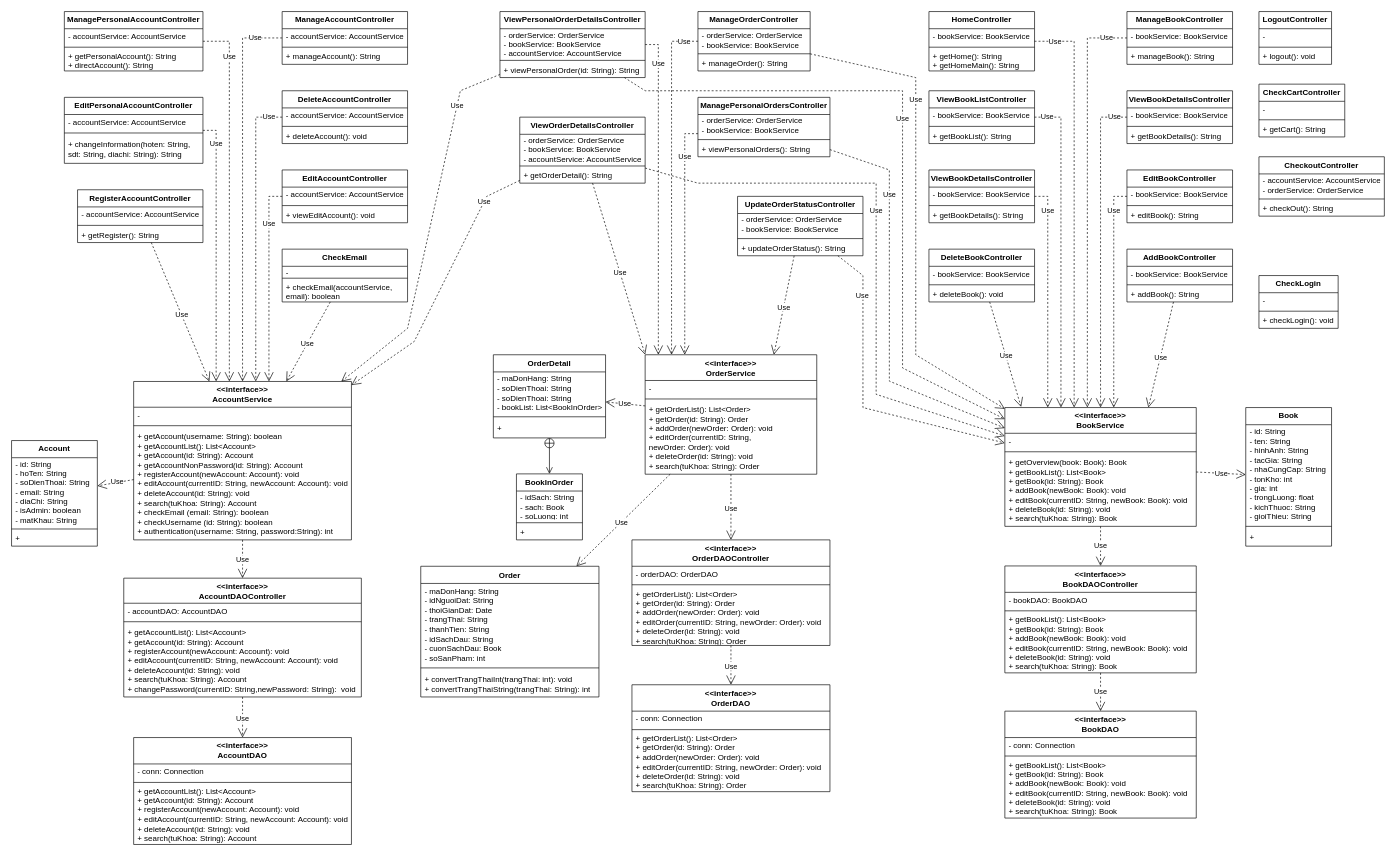
Earlier version of the draw.io diagram page "Class" (8 of 8) of debai_sodo/Diagram-TKVXDPM.drawio (ThinhPham03/bookstore). Source tidied: cells renumbered, new cells numbered last; positions are measured from the earlier drawing's top-left corner, leaving out a move shared by most shapes. Both pictures are drawn from the tidied source at 66%, with x=0, y=0 at pixel (11, 11).
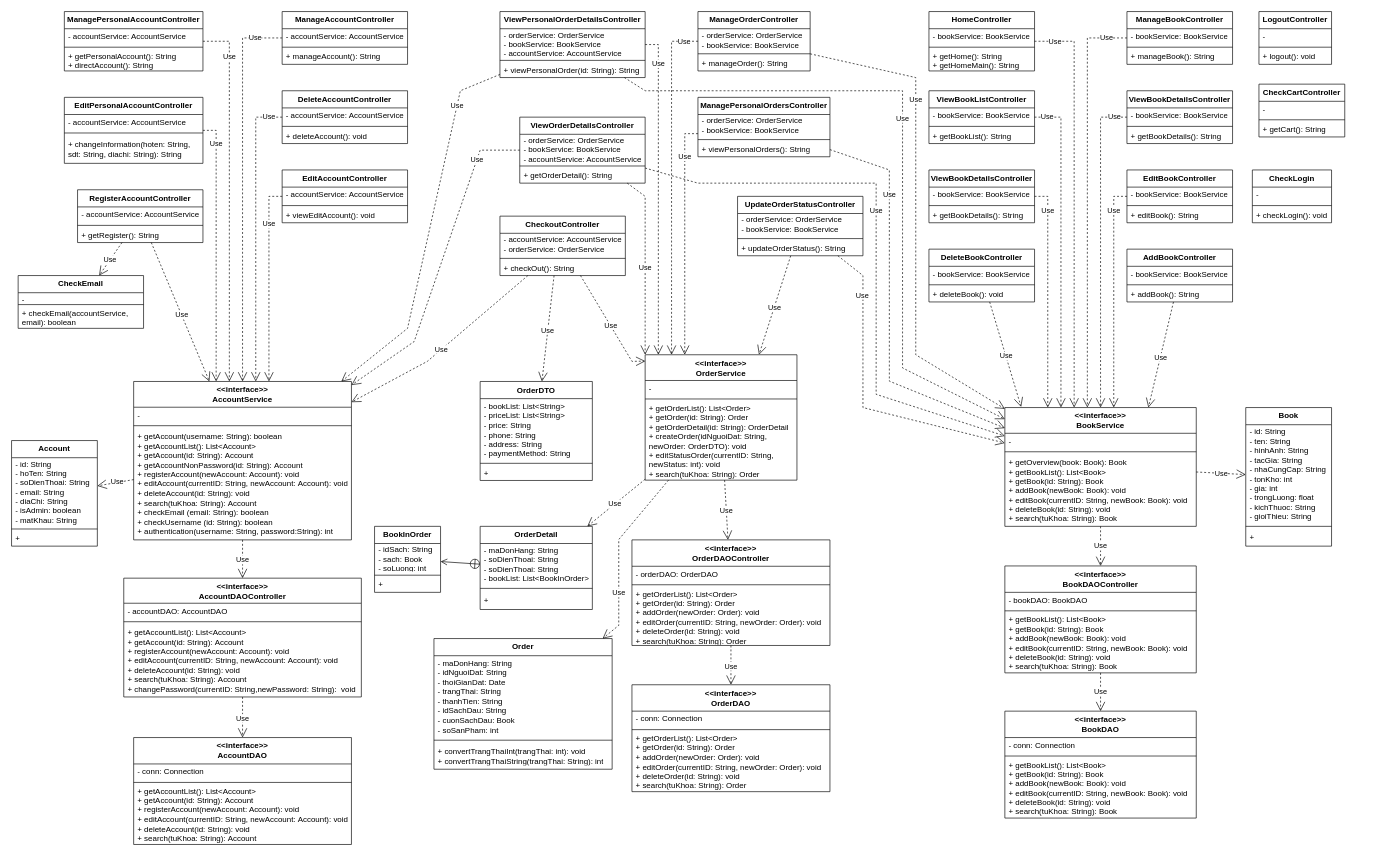
The same diagram, later.

Unchanged cells that the change refers to:
```xml
<mxCell id="30" value="&amp;lt;&amp;lt;interface&amp;gt;&amp;gt;&lt;br&gt;AccountService" style="swimlane;fontStyle=1;align=center;verticalAlign=middle;horizontal=1;startSize=39;whiteSpace=wrap;html=1;" parent="1" vertex="1">
  <mxGeometry x="185" y="560.5" width="330" height="240" as="geometry" />
</mxCell>
<mxCell id="61" value="RegisterAccountController" style="swimlane;fontStyle=1;align=center;verticalAlign=middle;horizontal=1;startSize=26;whiteSpace=wrap;html=1;" parent="1" vertex="1">
  <mxGeometry x="100" y="270" width="190" height="80" as="geometry" />
</mxCell>
<mxCell id="141" value="ViewOrderDetailsController" style="swimlane;fontStyle=1;align=center;verticalAlign=middle;horizontal=1;startSize=26;whiteSpace=wrap;html=1;" parent="1" vertex="1">
  <mxGeometry x="770" y="160" width="190" height="100" as="geometry" />
</mxCell>
```

The edit, as a diff of the source:
```diff
@@
     <mxCell id="10" value="Order" style="swimlane;fontStyle=1;align=center;verticalAlign=middle;horizontal=1;startSize=26;whiteSpace=wrap;html=1;" parent="1" vertex="1">
-      <mxGeometry x="620" y="840.5" width="270" height="198" as="geometry" />
+      <mxGeometry x="640" y="950" width="270" height="198" as="geometry" />
     </mxCell>
@@
     <mxCell id="26" value="&amp;lt;&amp;lt;interface&amp;gt;&amp;gt;&lt;br&gt;OrderService" style="swimlane;fontStyle=1;align=center;verticalAlign=middle;horizontal=1;startSize=39;whiteSpace=wrap;html=1;" parent="1" vertex="1">
-      <mxGeometry x="960" y="520" width="260" height="181" as="geometry" />
+      <mxGeometry x="960" y="520" width="230" height="190" as="geometry" />
     </mxCell>
     <mxCell id="27" value="-&amp;nbsp;" style="text;strokeColor=none;fillColor=none;align=left;verticalAlign=middle;spacingLeft=4;spacingRight=4;overflow=hidden;whiteSpace=wrap;html=1;" parent="26" vertex="1">
-      <mxGeometry y="39" width="260" height="24" as="geometry" />
+      <mxGeometry y="39" width="230" height="24" as="geometry" />
     </mxCell>
     <mxCell id="28" style="line;strokeWidth=1;fillColor=none;align=left;verticalAlign=middle;spacingTop=-1;spacingLeft=3;spacingRight=3;labelPosition=right;strokeColor=inherit;" parent="26" vertex="1">
-      <mxGeometry y="63" width="260" height="8" as="geometry" />
+      <mxGeometry y="63" width="230" height="8" as="geometry" />
     </mxCell>
-    <mxCell id="29" value="+ getOrderList(): List&amp;lt;Order&amp;gt;&lt;br style=&quot;border-color: var(--border-color);&quot;&gt;+ getOrder(id: String):&amp;nbsp;Order&lt;br style=&quot;border-color: var(--border-color);&quot;&gt;+ addOrder(newOrder:&amp;nbsp;Order): void&lt;br style=&quot;border-color: var(--border-color);&quot;&gt;+ editOrder(currentID: String, newOrder:&amp;nbsp;Order): void&lt;br style=&quot;border-color: var(--border-color);&quot;&gt;+ deleteOrder(id: String): void&lt;br style=&quot;border-color: var(--border-color);&quot;&gt;+ search(tuKhoa: String):&amp;nbsp;Order" style="text;strokeColor=none;fillColor=none;align=left;verticalAlign=middle;spacingLeft=4;spacingRight=4;overflow=hidden;whiteSpace=wrap;html=1;" parent="26" vertex="1">
-      <mxGeometry y="71" width="260" height="110" as="geometry" />
+    <mxCell id="29" value="+ getOrderList(): List&amp;lt;Order&amp;gt;&lt;br style=&quot;border-color: var(--border-color);&quot;&gt;+ getOrder(id: String):&amp;nbsp;Order&lt;br&gt;+&amp;nbsp;getOrderDetail&lt;span style=&quot;background-color: initial;&quot;&gt;(id: String):&amp;nbsp;&lt;/span&gt;OrderDetail&lt;br&gt;+ createOrder(idNguoiDat: String, newOrder: OrderDTO): void&lt;br style=&quot;border-color: var(--border-color);&quot;&gt;+&amp;nbsp;editStatusOrder&lt;span style=&quot;background-color: initial;&quot;&gt;(currentID: String, newStatus: int): void&lt;/span&gt;&lt;br&gt;+ search(tuKhoa: String):&amp;nbsp;Order" style="text;strokeColor=none;fillColor=none;align=left;verticalAlign=middle;spacingLeft=4;spacingRight=4;overflow=hidden;whiteSpace=wrap;html=1;" parent="26" vertex="1">
+      <mxGeometry y="71" width="230" height="119" as="geometry" />
     </mxCell>
@@
     <mxCell id="35" value="Use" style="endArrow=open;endSize=12;dashed=1;html=1;rounded=0;verticalAlign=middle;" parent="1" edge="1" source="26" target="10">
-      <mxGeometry x="0.04" relative="1" as="geometry" />
+      <mxGeometry x="0.42" relative="1" as="geometry">
+        <Array as="points">
+          <mxPoint x="920" y="800" />
+          <mxPoint x="920" y="930" />
+        </Array>
+      </mxGeometry>
     </mxCell>
@@
     <mxCell id="65" value="CheckEmail" style="swimlane;fontStyle=1;align=center;verticalAlign=middle;horizontal=1;startSize=26;whiteSpace=wrap;html=1;" parent="1" vertex="1">
-      <mxGeometry x="410" y="360" width="190" height="80" as="geometry" />
+      <mxGeometry x="10" y="400" width="190" height="80" as="geometry" />
     </mxCell>
@@
     <mxCell id="73" value="CheckLogin" style="swimlane;fontStyle=1;align=center;verticalAlign=middle;horizontal=1;startSize=26;whiteSpace=wrap;html=1;" parent="1" vertex="1">
-      <mxGeometry x="1890" y="400" width="120" height="80" as="geometry" />
+      <mxGeometry x="1880" y="240" width="120" height="80" as="geometry" />
     </mxCell>
@@
     <mxCell id="77" value="CheckoutController" style="swimlane;fontStyle=1;align=center;verticalAlign=middle;horizontal=1;startSize=26;whiteSpace=wrap;html=1;" parent="1" vertex="1">
-      <mxGeometry x="1890" y="220" width="190" height="90" as="geometry" />
+      <mxGeometry x="740" y="310" width="190" height="90" as="geometry" />
     </mxCell>
@@
     <mxCell id="149" value="OrderDetail" style="swimlane;fontStyle=1;align=center;verticalAlign=middle;horizontal=1;startSize=26;whiteSpace=wrap;html=1;" parent="1" vertex="1">
-      <mxGeometry x="730" y="520" width="170" height="126" as="geometry" />
+      <mxGeometry x="710" y="780" width="170" height="126" as="geometry" />
     </mxCell>
@@
     <mxCell id="154" value="BookInOrder" style="swimlane;fontStyle=1;align=center;verticalAlign=middle;horizontal=1;startSize=26;whiteSpace=wrap;html=1;" parent="1" vertex="1">
-      <mxGeometry x="765" y="700.5" width="100" height="100" as="geometry" />
+      <mxGeometry x="550" y="780" width="100" height="100" as="geometry" />
     </mxCell>
@@
-    <mxCell id="171" value="Use" style="endArrow=open;endSize=12;dashed=1;html=1;rounded=0;verticalAlign=middle;" parent="1" edge="1" source="65" target="30">
+    <mxCell id="171" value="Use" style="endArrow=open;endSize=12;dashed=1;html=1;rounded=0;verticalAlign=middle;" parent="1" edge="1" source="61" target="65">
       <mxGeometry x="0.04" relative="1" as="geometry" />
     </mxCell>
@@
     <mxCell id="175" value="Use" style="endArrow=open;endSize=12;dashed=1;html=1;rounded=0;verticalAlign=middle;entryX=0;entryY=0;entryDx=0;entryDy=0;" parent="1" edge="1" source="141" target="26">
-      <mxGeometry x="0.04" relative="1" as="geometry" />
+      <mxGeometry x="0.04" relative="1" as="geometry">
+        <Array as="points">
+          <mxPoint x="960" y="280" />
+        </Array>
+      </mxGeometry>
     </mxCell>
@@
     <mxCell id="178" value="Use" style="endArrow=open;endSize=12;dashed=1;html=1;rounded=0;verticalAlign=middle;" parent="1" edge="1" source="141" target="30">
       <mxGeometry x="-0.69" relative="1" as="geometry">
         <Array as="points">
-          <mxPoint x="720" y="280" />
+          <mxPoint x="710" y="210" />
           <mxPoint x="610" y="500" />
         </Array>
       </mxGeometry>
     </mxCell>
@@
+    <mxCell id="192" value="OrderDTO" style="swimlane;fontStyle=1;align=center;verticalAlign=middle;horizontal=1;startSize=26;whiteSpace=wrap;html=1;" parent="1" vertex="1">
+      <mxGeometry x="710" y="560.5" width="170" height="150" as="geometry" />
+    </mxCell>
+    <mxCell id="193" value="-&amp;nbsp;bookList&lt;span style=&quot;background-color: initial;&quot;&gt;:&amp;nbsp;List&amp;lt;String&amp;gt;&lt;/span&gt;&lt;br&gt;-&amp;nbsp;priceList&lt;span style=&quot;background-color: initial;&quot;&gt;:&amp;nbsp;List&amp;lt;String&amp;gt;&lt;/span&gt;&lt;br&gt;-&amp;nbsp;price&lt;span style=&quot;background-color: initial;&quot;&gt;:&amp;nbsp;String&lt;/span&gt;&lt;br&gt;-&amp;nbsp;phone&lt;span style=&quot;background-color: initial;&quot;&gt;:&amp;nbsp;String&lt;/span&gt;&lt;br&gt;-&amp;nbsp;address&lt;span style=&quot;background-color: initial;&quot;&gt;:&amp;nbsp;String&lt;/span&gt;&lt;br&gt;-&amp;nbsp;paymentMethod&lt;span style=&quot;background-color: initial;&quot;&gt;:&amp;nbsp;String&lt;/span&gt;" style="text;strokeColor=none;fillColor=none;align=left;verticalAlign=middle;spacingLeft=4;spacingRight=4;overflow=hidden;whiteSpace=wrap;html=1;" parent="192" vertex="1">
+      <mxGeometry y="26" width="170" height="94" as="geometry" />
+    </mxCell>
+    <mxCell id="194" style="line;strokeWidth=1;fillColor=none;align=left;verticalAlign=middle;spacingTop=-1;spacingLeft=3;spacingRight=3;labelPosition=right;strokeColor=inherit;" parent="192" vertex="1">
+      <mxGeometry y="120" width="170" height="8" as="geometry" />
+    </mxCell>
+    <mxCell id="195" value="+&amp;nbsp;" style="text;strokeColor=none;fillColor=none;align=left;verticalAlign=middle;spacingLeft=4;spacingRight=4;overflow=hidden;whiteSpace=wrap;html=1;" parent="192" vertex="1">
+      <mxGeometry y="128" width="170" height="22" as="geometry" />
+    </mxCell>
+    <mxCell id="196" value="Use" style="endArrow=open;endSize=12;dashed=1;html=1;rounded=0;verticalAlign=middle;entryX=0.001;entryY=0.051;entryDx=0;entryDy=0;entryPerimeter=0;" parent="1" edge="1" source="77" target="26">
+      <mxGeometry x="0.04" relative="1" as="geometry">
+        <Array as="points">
+          <mxPoint x="940" y="530" />
+        </Array>
+      </mxGeometry>
+    </mxCell>
+    <mxCell id="197" value="Use" style="endArrow=open;endSize=12;dashed=1;html=1;rounded=0;verticalAlign=middle;" parent="1" edge="1" source="77" target="30">
+      <mxGeometry x="0.04" relative="1" as="geometry">
+        <Array as="points">
+          <mxPoint x="630" y="530" />
+        </Array>
+      </mxGeometry>
+    </mxCell>
+    <mxCell id="198" value="Use" style="endArrow=open;endSize=12;dashed=1;html=1;rounded=0;verticalAlign=middle;" parent="1" edge="1" target="192">
+      <mxGeometry x="0.04" relative="1" as="geometry">
+        <mxPoint x="822" y="400" as="sourcePoint" />
+      </mxGeometry>
+    </mxCell>
```
